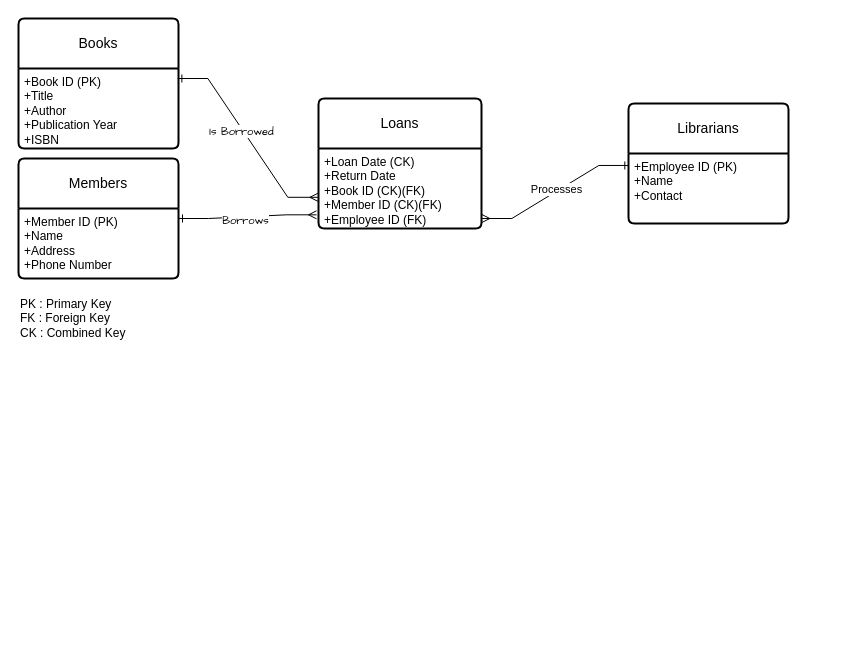
Above: Library.drawio in williamprodinger23/williamprodinger23.github.io (draw.io), before the change. Source tidied: cells renumbered, new cells numbered last; positions are measured from the earlier drawing's top-left corner, leaving out a move shared by most shapes. Both pictures are drawn from the tidied source at 100%, with x=0, y=0 at pixel (18, 18).
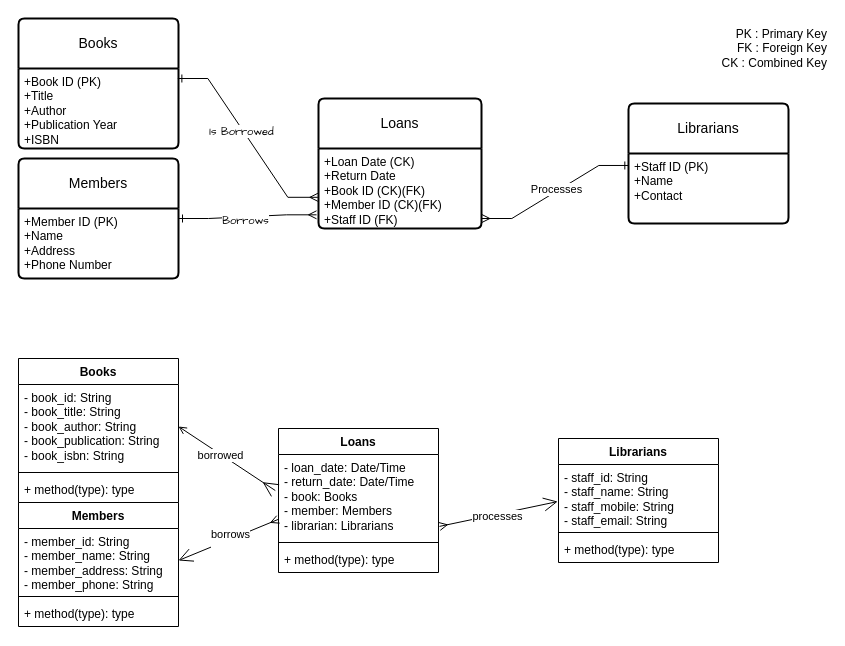
The same page after the edit.

The change refers to these unchanged cells:
```xml
<mxCell id="5" value="+Member ID (PK)&lt;div&gt;+Name&lt;/div&gt;&lt;div&gt;+Address&lt;/div&gt;&lt;div&gt;+Phone Number&lt;/div&gt;" style="align=left;strokeColor=none;fillColor=none;spacingLeft=4;fontSize=12;verticalAlign=top;html=1;" parent="4" vertex="1">
  <mxGeometry y="50" width="160" height="70" as="geometry" />
</mxCell>
<mxCell id="6" value="Librarians" style="swimlane;horizontal=1;startSize=50;rounded=1;fontSize=14;fontStyle=0;strokeWidth=2;shadow=0;dashed=0;align=center;arcSize=4;whiteSpace=wrap;html=1;" parent="1" vertex="1">
  <mxGeometry x="610" y="85" width="160" height="120" as="geometry" />
</mxCell>
<mxCell id="8" value="Loans" style="swimlane;horizontal=1;startSize=50;rounded=1;fontSize=14;fontStyle=0;strokeWidth=2;shadow=0;dashed=0;align=center;arcSize=4;whiteSpace=wrap;html=1;" parent="1" vertex="1">
  <mxGeometry x="300" y="80" width="163" height="130" as="geometry" />
</mxCell>
```

Diff of the diagram source:
```diff
@@
-    <mxCell id="7" value="+Employee ID (PK)&lt;div&gt;+Name&lt;/div&gt;&lt;div&gt;+Contact&lt;/div&gt;" style="align=left;strokeColor=none;fillColor=none;spacingLeft=4;fontSize=12;verticalAlign=top;html=1;" parent="6" vertex="1">
+    <mxCell id="7" value="+Staff ID (PK)&lt;div&gt;+Name&lt;/div&gt;&lt;div&gt;+Contact&lt;/div&gt;" style="align=left;strokeColor=none;fillColor=none;spacingLeft=4;fontSize=12;verticalAlign=top;html=1;" parent="6" vertex="1">
       <mxGeometry y="50" width="160" height="70" as="geometry" />
     </mxCell>
@@
-    <mxCell id="9" value="&lt;div&gt;&lt;span style=&quot;background-color: initial;&quot;&gt;+Loan Date (CK)&lt;/span&gt;&lt;br&gt;&lt;/div&gt;&lt;div&gt;+Return Date&lt;/div&gt;&lt;div&gt;+Book ID (CK)(FK)&lt;br&gt;&lt;/div&gt;&lt;div&gt;+Member ID (CK)(FK)&lt;/div&gt;&lt;div&gt;+Employee ID (FK)&lt;br&gt;&lt;/div&gt;" style="align=left;strokeColor=none;fillColor=none;spacingLeft=4;fontSize=12;verticalAlign=top;html=1;" parent="8" vertex="1">
+    <mxCell id="9" value="&lt;div&gt;&lt;span style=&quot;background-color: initial;&quot;&gt;+Loan Date (CK)&lt;/span&gt;&lt;br&gt;&lt;/div&gt;&lt;div&gt;+Return Date&lt;/div&gt;&lt;div&gt;+Book ID (CK)(FK)&lt;br&gt;&lt;/div&gt;&lt;div&gt;+Member ID (CK)(FK)&lt;/div&gt;&lt;div&gt;+Staff ID (FK)&lt;br&gt;&lt;/div&gt;" style="align=left;strokeColor=none;fillColor=none;spacingLeft=4;fontSize=12;verticalAlign=top;html=1;" parent="8" vertex="1">
       <mxGeometry y="50" width="163" height="80" as="geometry" />
     </mxCell>
-    <mxCell id="10" style="edgeStyle=entityRelationEdgeStyle;fontSize=12;html=1;endArrow=ERmany;startArrow=ERone;rounded=0;exitX=1;exitY=0.143;exitDx=0;exitDy=0;exitPerimeter=0;startFill=0;entryX=-0.012;entryY=0.829;entryDx=0;entryDy=0;entryPerimeter=0;endFill=0;" parent="1" edge="1" source="5" target="9">
+    <mxCell id="10" style="edgeStyle=entityRelationEdgeStyle;fontSize=12;html=1;endArrow=ERmany;startArrow=ERone;rounded=0;exitX=1;exitY=0.143;exitDx=0;exitDy=0;exitPerimeter=0;startFill=0;entryX=-0.012;entryY=0.829;entryDx=0;entryDy=0;entryPerimeter=0;endFill=0;flowAnimation=0;" parent="1" edge="1" source="5" target="9">
       <mxGeometry relative="1" as="geometry" />
     </mxCell>
@@
-    <mxCell id="16" value="&lt;div&gt;PK : Primary Key&lt;/div&gt;FK : Foreign Key&lt;div&gt;CK : Combined Key&lt;/div&gt;" style="text;html=1;align=left;verticalAlign=middle;strokeColor=none;fillColor=none;" parent="1" vertex="1">
-      <mxGeometry y="270" width="130" height="60" as="geometry" />
+    <mxCell id="16" value="&lt;div&gt;PK : Primary Key&lt;/div&gt;FK : Foreign Key&lt;div&gt;CK : Combined Key&lt;/div&gt;" style="text;html=1;align=right;verticalAlign=middle;strokeColor=none;fillColor=none;" parent="1" vertex="1">
+      <mxGeometry x="680" width="130" height="60" as="geometry" />
     </mxCell>
+    <mxCell id="17" value="Books" style="swimlane;fontStyle=1;align=center;verticalAlign=top;horizontal=1;startSize=26;whiteSpace=wrap;html=1;shadow=0;" parent="1" vertex="1">
+      <mxGeometry y="340" width="160" height="144" as="geometry" />
+    </mxCell>
+    <mxCell id="18" value="- book_id: String&lt;div&gt;- book_title: String&lt;/div&gt;&lt;div&gt;- book_author: String&lt;/div&gt;&lt;div&gt;- book_publication: String&lt;/div&gt;&lt;div&gt;- book_isbn: String&lt;/div&gt;" style="text;strokeColor=none;fillColor=none;align=left;verticalAlign=top;spacingLeft=4;spacingRight=4;overflow=hidden;points=[[0,0.5],[1,0.5]];portConstraint=eastwest;whiteSpace=wrap;html=1;shadow=0;" parent="17" vertex="1">
+      <mxGeometry y="26" width="160" height="84" as="geometry" />
+    </mxCell>
+    <mxCell id="19" style="line;strokeWidth=1;fillColor=none;align=left;verticalAlign=middle;spacingTop=-1;spacingLeft=3;spacingRight=3;labelPosition=right;strokeColor=inherit;shadow=0;" parent="17" vertex="1">
+      <mxGeometry y="110" width="160" height="8" as="geometry" />
+    </mxCell>
+    <mxCell id="20" value="+ method(type): type" style="text;strokeColor=none;fillColor=none;align=left;verticalAlign=top;spacingLeft=4;spacingRight=4;overflow=hidden;whiteSpace=wrap;html=1;shadow=0;" parent="17" vertex="1">
+      <mxGeometry y="118" width="160" height="26" as="geometry" />
+    </mxCell>
+    <mxCell id="21" value="Members" style="swimlane;fontStyle=1;align=center;verticalAlign=top;horizontal=1;startSize=26;whiteSpace=wrap;html=1;shadow=0;" parent="1" vertex="1">
+      <mxGeometry y="484" width="160" height="124" as="geometry" />
+    </mxCell>
+    <mxCell id="22" value="- member_id: String&lt;div&gt;- member_name: String&lt;/div&gt;&lt;div&gt;- member_address: String&lt;/div&gt;&lt;div&gt;- member_phone: String&lt;/div&gt;" style="text;strokeColor=none;fillColor=none;align=left;verticalAlign=top;spacingLeft=4;spacingRight=4;overflow=hidden;points=[[0,0.5],[1,0.5]];portConstraint=eastwest;whiteSpace=wrap;html=1;shadow=0;" parent="21" vertex="1">
+      <mxGeometry y="26" width="160" height="64" as="geometry" />
+    </mxCell>
+    <mxCell id="23" style="line;strokeWidth=1;fillColor=none;align=left;verticalAlign=middle;spacingTop=-1;spacingLeft=3;spacingRight=3;labelPosition=right;strokeColor=inherit;shadow=0;" parent="21" vertex="1">
+      <mxGeometry y="90" width="160" height="8" as="geometry" />
+    </mxCell>
+    <mxCell id="24" value="+ method(type): type" style="text;strokeColor=none;fillColor=none;align=left;verticalAlign=top;spacingLeft=4;spacingRight=4;overflow=hidden;whiteSpace=wrap;html=1;shadow=0;" parent="21" vertex="1">
+      <mxGeometry y="98" width="160" height="26" as="geometry" />
+    </mxCell>
+    <mxCell id="25" value="Loans" style="swimlane;fontStyle=1;align=center;verticalAlign=top;horizontal=1;startSize=26;whiteSpace=wrap;html=1;shadow=0;" parent="1" vertex="1">
+      <mxGeometry x="260" y="410" width="160" height="144" as="geometry" />
+    </mxCell>
+    <mxCell id="26" value="- loan_date: Date/Time&lt;div&gt;- return_date: Date/Time&lt;/div&gt;&lt;div&gt;- book: Books&lt;/div&gt;&lt;div&gt;- member: Members&lt;/div&gt;&lt;div&gt;- librarian: Librarians&lt;/div&gt;" style="text;strokeColor=none;fillColor=none;align=left;verticalAlign=top;spacingLeft=4;spacingRight=4;overflow=hidden;points=[[0,0.5],[1,0.5]];portConstraint=eastwest;whiteSpace=wrap;html=1;shadow=0;" parent="25" vertex="1">
+      <mxGeometry y="26" width="160" height="84" as="geometry" />
+    </mxCell>
+    <mxCell id="27" style="line;strokeWidth=1;fillColor=none;align=left;verticalAlign=middle;spacingTop=-1;spacingLeft=3;spacingRight=3;labelPosition=right;strokeColor=inherit;shadow=0;" parent="25" vertex="1">
+      <mxGeometry y="110" width="160" height="8" as="geometry" />
+    </mxCell>
+    <mxCell id="28" value="+ method(type): type" style="text;strokeColor=none;fillColor=none;align=left;verticalAlign=top;spacingLeft=4;spacingRight=4;overflow=hidden;whiteSpace=wrap;html=1;shadow=0;" parent="25" vertex="1">
+      <mxGeometry y="118" width="160" height="26" as="geometry" />
+    </mxCell>
+    <mxCell id="29" value="Librarians" style="swimlane;fontStyle=1;align=center;verticalAlign=top;horizontal=1;startSize=26;whiteSpace=wrap;html=1;shadow=0;" parent="1" vertex="1">
+      <mxGeometry x="540" y="420" width="160" height="124" as="geometry" />
+    </mxCell>
+    <mxCell id="30" value="- staff_id: String&lt;div&gt;- staff_name: String&lt;/div&gt;&lt;div&gt;- staff_mobile: String&lt;/div&gt;&lt;div&gt;- staff_email: String&lt;/div&gt;" style="text;strokeColor=none;fillColor=none;align=left;verticalAlign=top;spacingLeft=4;spacingRight=4;overflow=hidden;points=[[0,0.5],[1,0.5]];portConstraint=eastwest;whiteSpace=wrap;html=1;shadow=0;" parent="29" vertex="1">
+      <mxGeometry y="26" width="160" height="64" as="geometry" />
+    </mxCell>
+    <mxCell id="31" style="line;strokeWidth=1;fillColor=none;align=left;verticalAlign=middle;spacingTop=-1;spacingLeft=3;spacingRight=3;labelPosition=right;strokeColor=inherit;shadow=0;" parent="29" vertex="1">
+      <mxGeometry y="90" width="160" height="8" as="geometry" />
+    </mxCell>
+    <mxCell id="32" value="+ method(type): type" style="text;strokeColor=none;fillColor=none;align=left;verticalAlign=top;spacingLeft=4;spacingRight=4;overflow=hidden;whiteSpace=wrap;html=1;shadow=0;" parent="29" vertex="1">
+      <mxGeometry y="98" width="160" height="26" as="geometry" />
+    </mxCell>
+    <mxCell id="33" style="endArrow=ERmany;endFill=0;endSize=12;html=1;rounded=0;entryX=-0.02;entryY=0.429;entryDx=0;entryDy=0;entryPerimeter=0;exitX=1;exitY=0.5;exitDx=0;exitDy=0;startArrow=open;startFill=0;" parent="1" edge="1" source="18" target="26">
+      <mxGeometry relative="1" as="geometry" />
+    </mxCell>
+    <mxCell id="34" value="borrowed" style="edgeLabel;html=1;align=center;verticalAlign=middle;" parent="33" vertex="1">
+      <mxGeometry x="-0.13" y="-1" relative="1" as="geometry" />
+    </mxCell>
+    <mxCell id="35" style="endArrow=open;endFill=1;endSize=12;html=1;rounded=0;entryX=1;entryY=0.5;entryDx=0;entryDy=0;exitX=-0.002;exitY=0.773;exitDx=0;exitDy=0;exitPerimeter=0;startArrow=ERmany;startFill=0;" parent="1" edge="1" source="26" target="22">
+      <mxGeometry relative="1" as="geometry" />
+    </mxCell>
+    <mxCell id="36" value="borrows&lt;div&gt;&lt;br&gt;&lt;/div&gt;" style="edgeLabel;html=1;align=center;verticalAlign=middle;" parent="35" vertex="1">
+      <mxGeometry x="-0.01" y="1" relative="1" as="geometry" />
+    </mxCell>
+    <mxCell id="37" style="endArrow=open;endFill=1;endSize=12;html=1;rounded=0;entryX=-0.005;entryY=0.579;entryDx=0;entryDy=0;entryPerimeter=0;exitX=1.006;exitY=0.856;exitDx=0;exitDy=0;exitPerimeter=0;startArrow=ERmany;startFill=0;" parent="1" edge="1" source="26" target="30">
+      <mxGeometry relative="1" as="geometry" />
+    </mxCell>
+    <mxCell id="38" value="processes" style="edgeLabel;html=1;align=center;verticalAlign=middle;" parent="37" vertex="1">
+      <mxGeometry x="-0.04" y="-2" relative="1" as="geometry" />
+    </mxCell>
```
